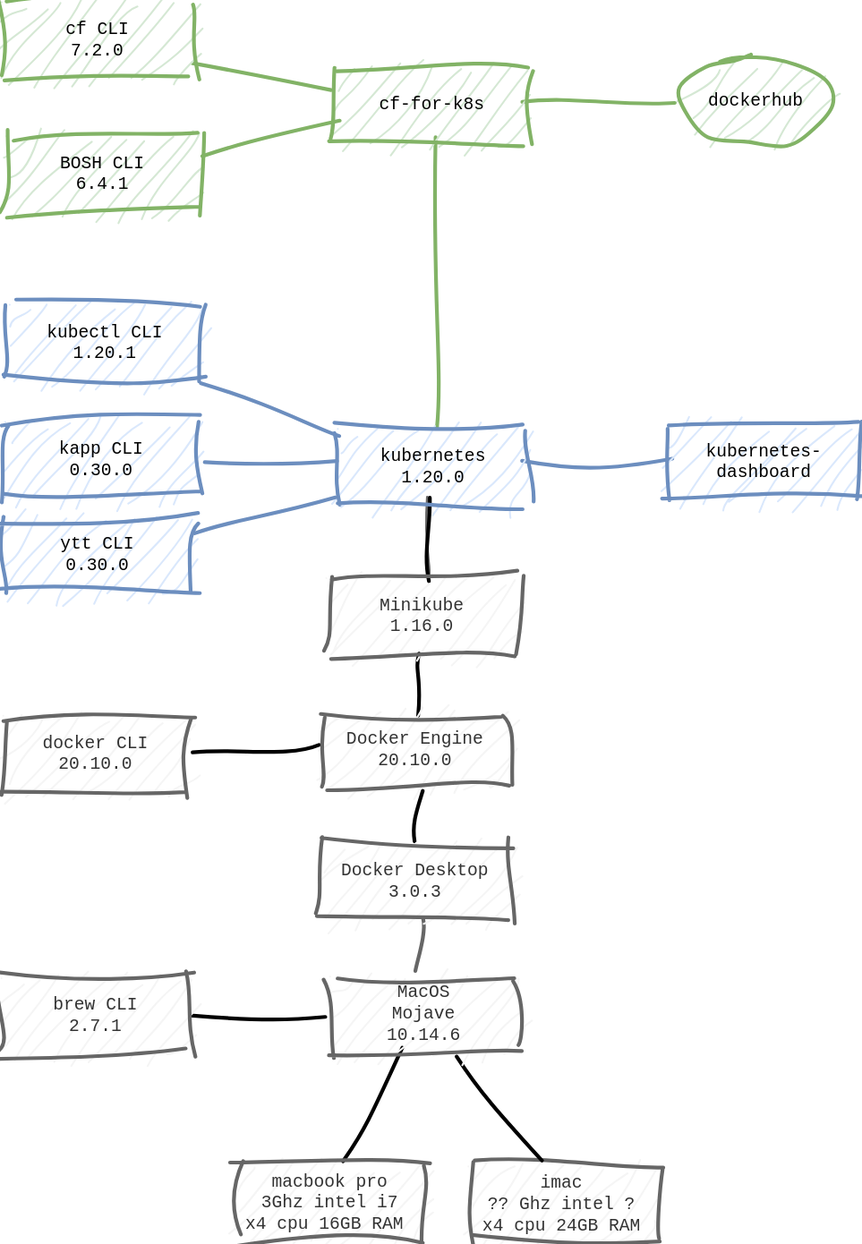
pauldougan/cf4k8s-local keeps this draw.io diagram as docs/diagrams-STACK.svg. Above is the earlier version. Source tidied: cells renumbered, new cells last; positions are measured from the earlier drawing's top-left corner, leaving out a move shared by most shapes.
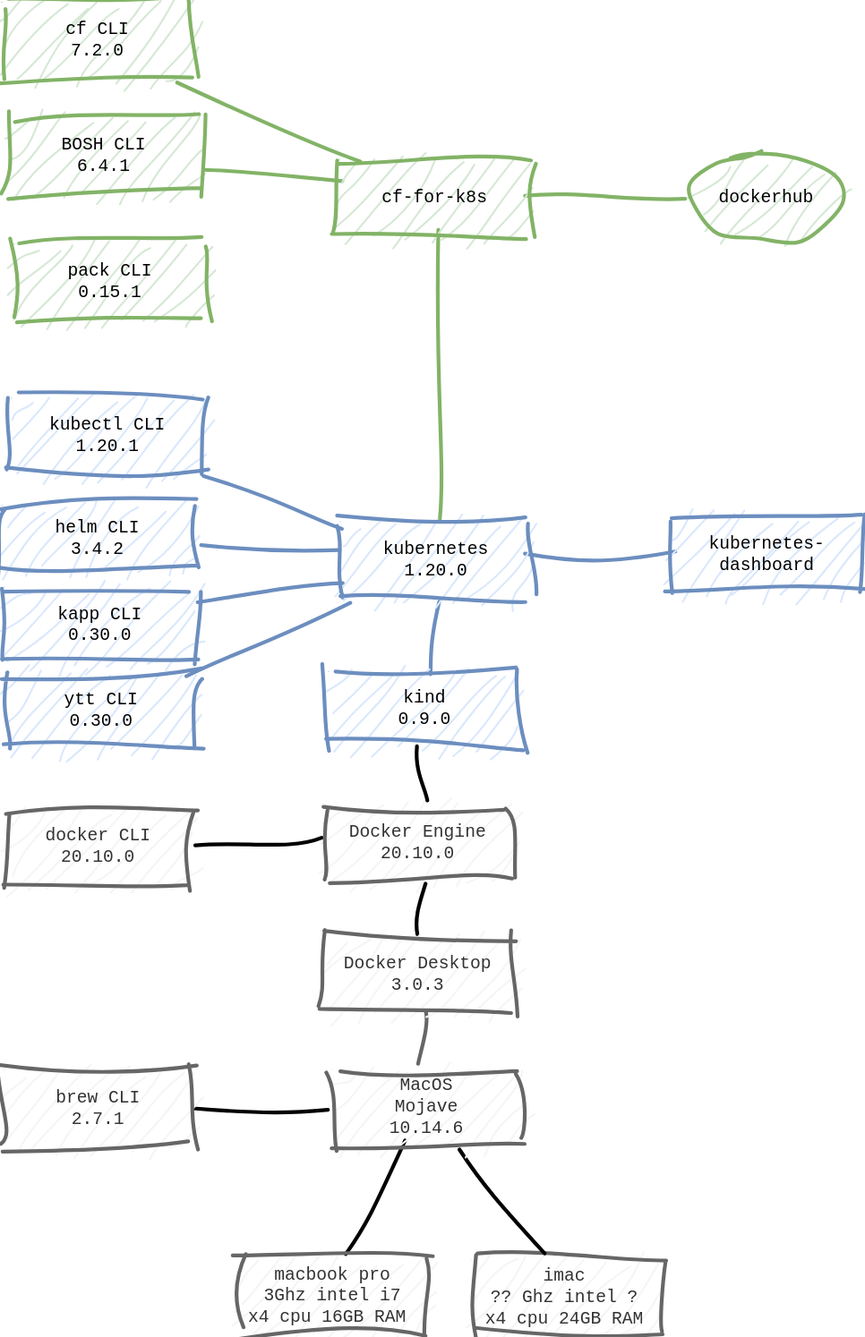
Above is the later version.

Commit message:
add helm and pack

Change to the diagram source:
```diff
@@ -28,9 +28,6 @@
     <mxCell id="11" style="rounded=0;jettySize=auto;html=1;fontFamily=Courier;fontSize=14;endArrow=none;endFill=0;sketch=1;disableMultiStroke=1;disableMultiStrokeFill=1;jiggle=3;strokeWidth=3;fillColor=#f5f5f5;strokeColor=#666666;" parent="10" edge="1" source="8" target="15">
       <mxGeometry relative="1" as="geometry" />
     </mxCell>
-    <mxCell id="12" style="edgeStyle=none;rounded=0;sketch=1;jiggle=3;disableMultiStroke=1;disableMultiStrokeFill=1;jettySize=auto;html=1;endArrow=none;endFill=0;strokeWidth=3;fontFamily=Courier;fontSize=14;" parent="10" edge="1" source="21" target="16">
-      <mxGeometry relative="1" as="geometry" />
-    </mxCell>
     <mxCell id="13" style="edgeStyle=none;rounded=0;sketch=1;jiggle=3;disableMultiStroke=1;disableMultiStrokeFill=1;jettySize=auto;html=1;endArrow=none;endFill=0;strokeWidth=3;fontFamily=Courier;fontSize=14;" parent="10" edge="1" source="16" target="15">
       <mxGeometry relative="1" as="geometry" />
     </mxCell>
@@ -46,16 +43,22 @@
     <mxCell id="17" value="docker CLI&lt;br&gt;20.10.0" style="rounded=0;whiteSpace=wrap;html=1;sketch=1;jiggle=3;disableMultiStroke=1;disableMultiStrokeFill=1;fontFamily=Courier;strokeWidth=3;fontSize=14;fillColor=#f5f5f5;strokeColor=#666666;fontColor=#333333;" parent="10" vertex="1">
       <mxGeometry x="1" y="570" width="148" height="60" as="geometry" />
     </mxCell>
-    <mxCell id="18" value="minikube" parent="0" />
-    <mxCell id="19" style="edgeStyle=none;rounded=0;sketch=1;jiggle=3;disableMultiStroke=1;disableMultiStrokeFill=1;jettySize=auto;html=1;endArrow=none;endFill=0;fontFamily=Courier;fontSize=14;strokeWidth=2;fillColor=#f5f5f5;strokeColor=#666666;" parent="18" edge="1" source="21" target="26">
-      <mxGeometry relative="1" as="geometry" />
-    </mxCell>
-    <mxCell id="20" style="edgeStyle=none;rounded=0;sketch=1;jiggle=3;disableMultiStroke=1;disableMultiStrokeFill=1;jettySize=auto;html=1;endArrow=none;endFill=0;strokeWidth=3;fontFamily=Courier;fontSize=14;" parent="18" edge="1" source="21" target="26">
-      <mxGeometry relative="1" as="geometry" />
-    </mxCell>
-    <mxCell id="21" value="Minikube&lt;br&gt;1.16.0" style="rounded=0;whiteSpace=wrap;html=1;sketch=1;jiggle=3;disableMultiStroke=1;disableMultiStrokeFill=1;fontFamily=Courier;strokeWidth=3;fontSize=14;fillColor=#f5f5f5;strokeColor=#666666;fontColor=#333333;" parent="18" vertex="1">
-      <mxGeometry x="259" y="460" width="153" height="60" as="geometry" />
-    </mxCell>
+    <mxCell id="41" value="kind" parent="0" />
+    <mxCell id="42" style="edgeStyle=none;rounded=0;sketch=1;jiggle=3;disableMultiStroke=1;disableMultiStrokeFill=1;jettySize=auto;html=1;endArrow=none;endFill=0;fontFamily=Courier;fontSize=14;strokeWidth=2;fillColor=#f5f5f5;strokeColor=#666666;" parent="41" edge="1" source="45">
+      <mxGeometry relative="1" as="geometry" />
+    </mxCell>
+    <mxCell id="43" style="edgeStyle=none;rounded=0;sketch=1;jiggle=3;disableMultiStroke=1;disableMultiStrokeFill=1;jettySize=auto;html=1;endArrow=none;endFill=0;strokeWidth=3;fontFamily=Courier;fontSize=14;fillColor=#dae8fc;strokeColor=#6c8ebf;" parent="41" edge="1" source="45" target="26">
+      <mxGeometry relative="1" as="geometry" />
+    </mxCell>
+    <mxCell id="44" style="edgeStyle=none;rounded=0;sketch=1;jiggle=3;disableMultiStroke=1;disableMultiStrokeFill=1;jettySize=auto;html=1;endArrow=none;endFill=0;strokeWidth=3;fontFamily=Courier;fontSize=14;" parent="41" edge="1" source="45" target="16">
+      <mxGeometry relative="1" as="geometry" />
+    </mxCell>
+    <mxCell id="45" value="kind&lt;br&gt;0.9.0" style="rounded=0;whiteSpace=wrap;html=1;sketch=1;jiggle=3;disableMultiStroke=1;disableMultiStrokeFill=1;fontFamily=Courier;strokeWidth=3;fontSize=14;fillColor=#dae8fc;strokeColor=#6c8ebf;" parent="41" vertex="1">
+      <mxGeometry x="259" y="460" width="153" height="60" as="geometry" />
+    </mxCell>
+    <mxCell id="46" style="edgeStyle=none;rounded=0;sketch=1;jiggle=3;disableMultiStroke=1;disableMultiStrokeFill=1;jettySize=auto;html=1;endArrow=none;endFill=0;strokeWidth=3;fontFamily=Courier;fontSize=14;fillColor=#dae8fc;strokeColor=#6c8ebf;" parent="41" edge="1" source="47" target="26">
+      <mxGeometry relative="1" as="geometry" />
+    </mxCell>
     <mxCell id="22" value="kubernetes" parent="0" />
     <mxCell id="23" style="edgeStyle=none;rounded=0;sketch=1;jiggle=3;disableMultiStroke=1;disableMultiStrokeFill=1;jettySize=auto;html=1;endArrow=none;endFill=0;fontFamily=Courier;fontSize=14;strokeWidth=3;fillColor=#dae8fc;strokeColor=#6c8ebf;" parent="22" edge="1" source="26" target="29">
       <mxGeometry relative="1" as="geometry" />
@@ -73,30 +76,27 @@
       <mxGeometry x="532" y="337" width="153" height="60" as="geometry" />
     </mxCell>
     <mxCell id="28" value="ytt CLI&lt;br&gt;0.30.0" style="rounded=0;whiteSpace=wrap;html=1;sketch=1;jiggle=3;disableMultiStroke=1;disableMultiStrokeFill=1;fontFamily=Courier;strokeWidth=3;fontSize=14;fillColor=#dae8fc;strokeColor=#6c8ebf;" parent="22" vertex="1">
-      <mxGeometry y="411" width="153" height="60" as="geometry" />
+      <mxGeometry x="1" y="461" width="153" height="60" as="geometry" />
     </mxCell>
     <mxCell id="29" value="kubectl CLI&lt;br&gt;1.20.1" style="rounded=0;whiteSpace=wrap;html=1;sketch=1;jiggle=3;disableMultiStroke=1;disableMultiStrokeFill=1;fontFamily=Courier;strokeWidth=3;fontSize=14;fillColor=#dae8fc;strokeColor=#6c8ebf;" parent="22" vertex="1">
       <mxGeometry x="6" y="242" width="153" height="60" as="geometry" />
     </mxCell>
-    <mxCell id="30" value="kapp CLI&lt;br&gt;0.30.0" style="rounded=0;whiteSpace=wrap;html=1;sketch=1;jiggle=3;disableMultiStroke=1;disableMultiStrokeFill=1;fontFamily=Courier;strokeWidth=3;fontSize=14;fillColor=#dae8fc;strokeColor=#6c8ebf;" parent="22" vertex="1">
-      <mxGeometry x="3" y="335" width="153" height="60" as="geometry" />
-    </mxCell>
     <mxCell id="31" style="edgeStyle=none;rounded=0;sketch=1;jiggle=3;disableMultiStroke=1;disableMultiStrokeFill=1;jettySize=auto;html=1;endArrow=none;endFill=0;strokeWidth=3;fontFamily=Courier;fontSize=14;fillColor=#dae8fc;strokeColor=#6c8ebf;" parent="22" edge="1" source="30" target="26">
       <mxGeometry relative="1" as="geometry" />
     </mxCell>
     <mxCell id="32" style="edgeStyle=none;rounded=0;sketch=1;jiggle=3;disableMultiStroke=1;disableMultiStrokeFill=1;jettySize=auto;html=1;endArrow=none;endFill=0;strokeWidth=3;fontFamily=Courier;fontSize=14;fillColor=#dae8fc;strokeColor=#6c8ebf;" parent="22" edge="1" source="28" target="26">
       <mxGeometry relative="1" as="geometry" />
     </mxCell>
+    <mxCell id="30" value="helm CLI&lt;br&gt;3.4.2&lt;br&gt;" style="rounded=0;whiteSpace=wrap;html=1;sketch=1;jiggle=3;disableMultiStroke=1;disableMultiStrokeFill=1;fontFamily=Courier;strokeWidth=3;fontSize=14;fillColor=#dae8fc;strokeColor=#6c8ebf;" parent="22" vertex="1">
+      <mxGeometry x="-2" y="328" width="153" height="52" as="geometry" />
+    </mxCell>
+    <mxCell id="47" value="kapp CLI&lt;br&gt;0.30.0" style="rounded=0;whiteSpace=wrap;html=1;sketch=1;jiggle=3;disableMultiStroke=1;disableMultiStrokeFill=1;fontFamily=Courier;strokeWidth=3;fontSize=14;fillColor=#dae8fc;strokeColor=#6c8ebf;" parent="22" vertex="1">
+      <mxGeometry y="393" width="153" height="59" as="geometry" />
+    </mxCell>
     <mxCell id="33" value="cloud foundry" parent="0" />
     <mxCell id="34" style="edgeStyle=none;rounded=0;sketch=1;jiggle=3;disableMultiStroke=1;disableMultiStrokeFill=1;jettySize=auto;html=1;endArrow=none;endFill=0;strokeWidth=3;fontFamily=Courier;fontSize=14;fillColor=#d5e8d4;strokeColor=#82b366;" parent="33" edge="1" source="39" target="38">
       <mxGeometry relative="1" as="geometry" />
     </mxCell>
-    <mxCell id="35" style="edgeStyle=none;rounded=0;sketch=1;jiggle=3;disableMultiStroke=1;disableMultiStrokeFill=1;jettySize=auto;html=1;endArrow=none;endFill=0;strokeWidth=3;fontFamily=Courier;fontSize=14;fillColor=#d5e8d4;strokeColor=#82b366;" parent="33" edge="1" source="36" target="38">
-      <mxGeometry relative="1" as="geometry" />
-    </mxCell>
-    <mxCell id="36" value="cf CLI&lt;br&gt;7.2.0" style="rounded=0;whiteSpace=wrap;html=1;sketch=1;jiggle=3;disableMultiStroke=1;disableMultiStrokeFill=1;fontFamily=Courier;strokeWidth=3;fontSize=14;fillColor=#d5e8d4;strokeColor=#82b366;" parent="33" vertex="1">
-      <mxGeometry width="153" height="60" as="geometry" />
-    </mxCell>
     <mxCell id="37" style="edgeStyle=none;rounded=0;sketch=1;jiggle=3;disableMultiStroke=1;disableMultiStrokeFill=1;jettySize=auto;html=1;endArrow=none;endFill=0;strokeWidth=3;fontFamily=Courier;fontSize=14;fillColor=#d5e8d4;strokeColor=#82b366;" parent="33" edge="1" source="38" target="40">
       <mxGeometry relative="1" as="geometry" />
     </mxCell>
@@ -104,10 +104,19 @@
       <mxGeometry x="267" y="52" width="153" height="60" as="geometry" />
     </mxCell>
     <mxCell id="39" value="BOSH CLI&lt;br&gt;6.4.1" style="rounded=0;whiteSpace=wrap;html=1;sketch=1;jiggle=3;disableMultiStroke=1;disableMultiStrokeFill=1;fontFamily=Courier;strokeWidth=3;fontSize=14;fillColor=#d5e8d4;strokeColor=#82b366;" parent="33" vertex="1">
-      <mxGeometry x="4" y="107" width="153" height="60" as="geometry" />
+      <mxGeometry x="3" y="18" width="153" height="60" as="geometry" />
     </mxCell>
     <mxCell id="40" value="dockerhub" style="ellipse;whiteSpace=wrap;html=1;sketch=1;jiggle=3;disableMultiStroke=1;disableMultiStrokeFill=1;strokeWidth=3;fontFamily=Courier;fontSize=14;fillColor=#d5e8d4;strokeColor=#82b366;" parent="33" vertex="1">
-      <mxGeometry x="542" y="39" width="120" height="80" as="geometry" />
+      <mxGeometry x="548" y="42" width="120" height="80" as="geometry" />
     </mxCell>
+    <mxCell id="36" value="pack CLI&lt;br&gt;0.15.1" style="rounded=0;whiteSpace=wrap;html=1;sketch=1;jiggle=3;disableMultiStroke=1;disableMultiStrokeFill=1;fontFamily=Courier;strokeWidth=3;fontSize=14;fillColor=#d5e8d4;strokeColor=#82b366;" parent="33" vertex="1">
+      <mxGeometry x="8" y="119" width="153" height="60" as="geometry" />
+    </mxCell>
+    <mxCell id="48" style="edgeStyle=none;rounded=0;sketch=1;jiggle=3;disableMultiStroke=1;disableMultiStrokeFill=1;jettySize=auto;html=1;endArrow=none;endFill=0;strokeWidth=3;fontFamily=Courier;fontSize=14;fillColor=#d5e8d4;strokeColor=#82b366;" parent="33" edge="1" source="49" target="38">
+      <mxGeometry relative="1" as="geometry" />
+    </mxCell>
+    <mxCell id="49" value="cf CLI&lt;br&gt;7.2.0" style="rounded=0;whiteSpace=wrap;html=1;sketch=1;jiggle=3;disableMultiStroke=1;disableMultiStrokeFill=1;fontFamily=Courier;strokeWidth=3;fontSize=14;fillColor=#d5e8d4;strokeColor=#82b366;" parent="33" vertex="1">
+      <mxGeometry x="-2" y="-74" width="153" height="60" as="geometry" />
+    </mxCell>
   </root>
 </mxGraphModel>
```
